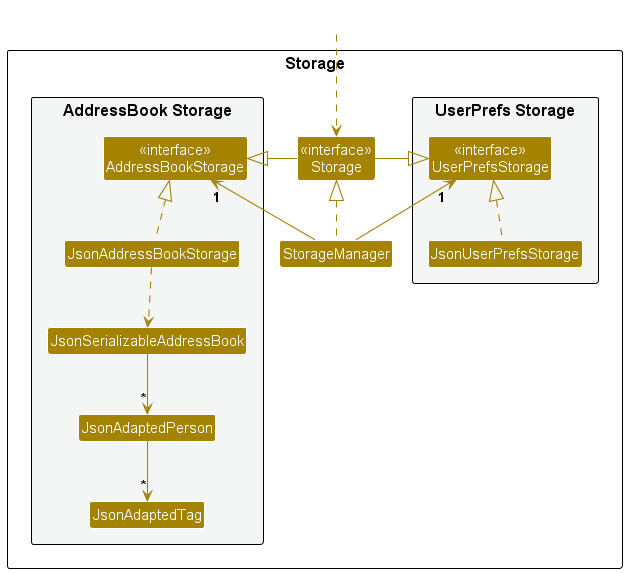
This is docs/images/StorageClassDiagram.png from nus-cs2103-AY2425S1/tp, a PlantUML export, as it was before one commit.
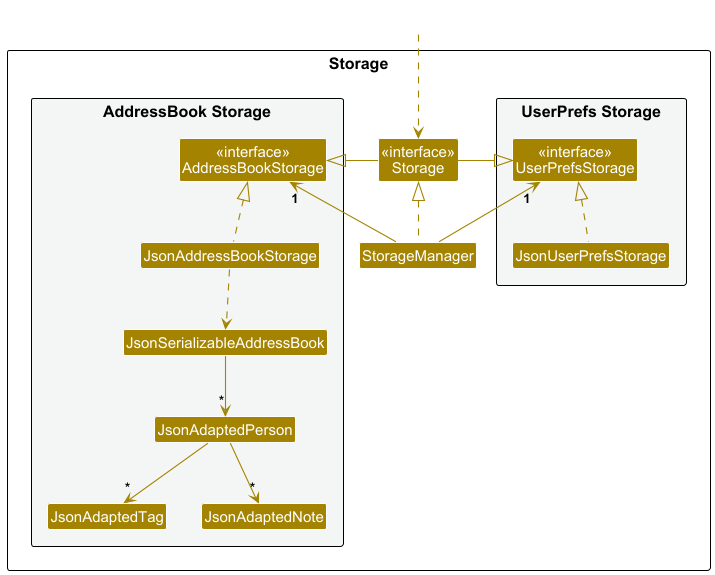
Above is the later version.

Commit message:
Update model and storage CD images

Diff of the diagram source:
```diff
@@ -20,6 +20,7 @@
 Class JsonSerializableAddressBook
 Class JsonAdaptedPerson
 Class JsonAdaptedTag
+Class JsonAdaptedNote
 }
 
 }
@@ -39,5 +40,6 @@
 JsonAddressBookStorage ..> JsonSerializableAddressBook
 JsonSerializableAddressBook --> "*" JsonAdaptedPerson
 JsonAdaptedPerson --> "*" JsonAdaptedTag
+JsonAdaptedPerson --> "*" JsonAdaptedNote
 
 @enduml
```
